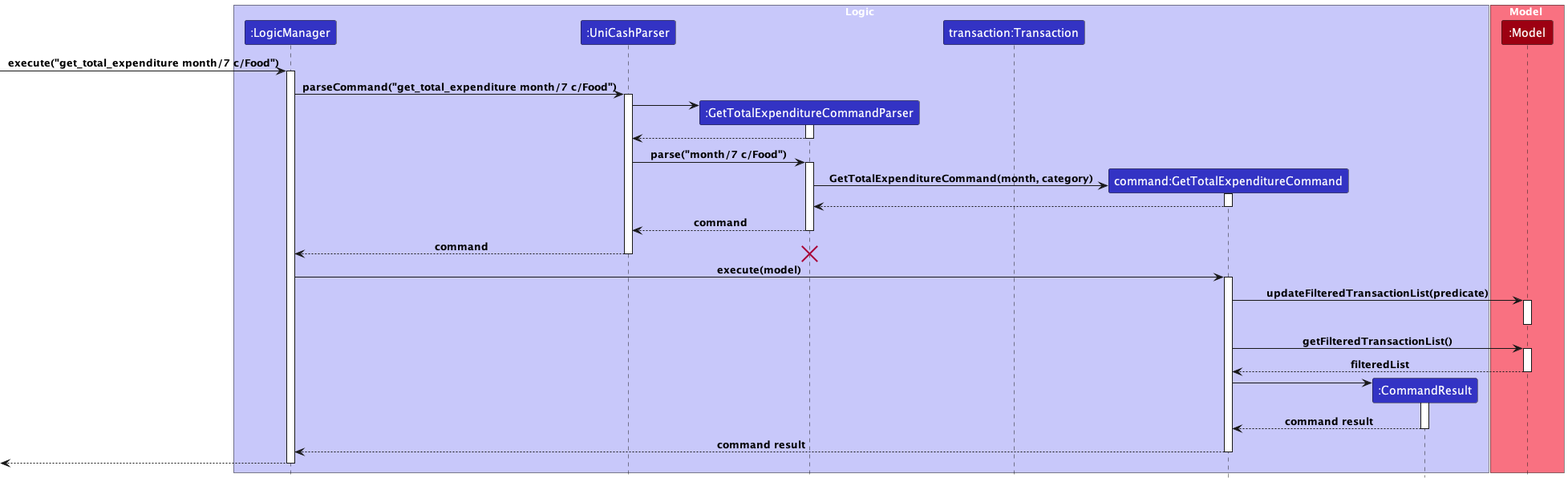
Before: docs/images/unicash/GetTotalExpenditureSequenceDiagram.png, a diagram exported from PlantUML (woojiahao/tp).
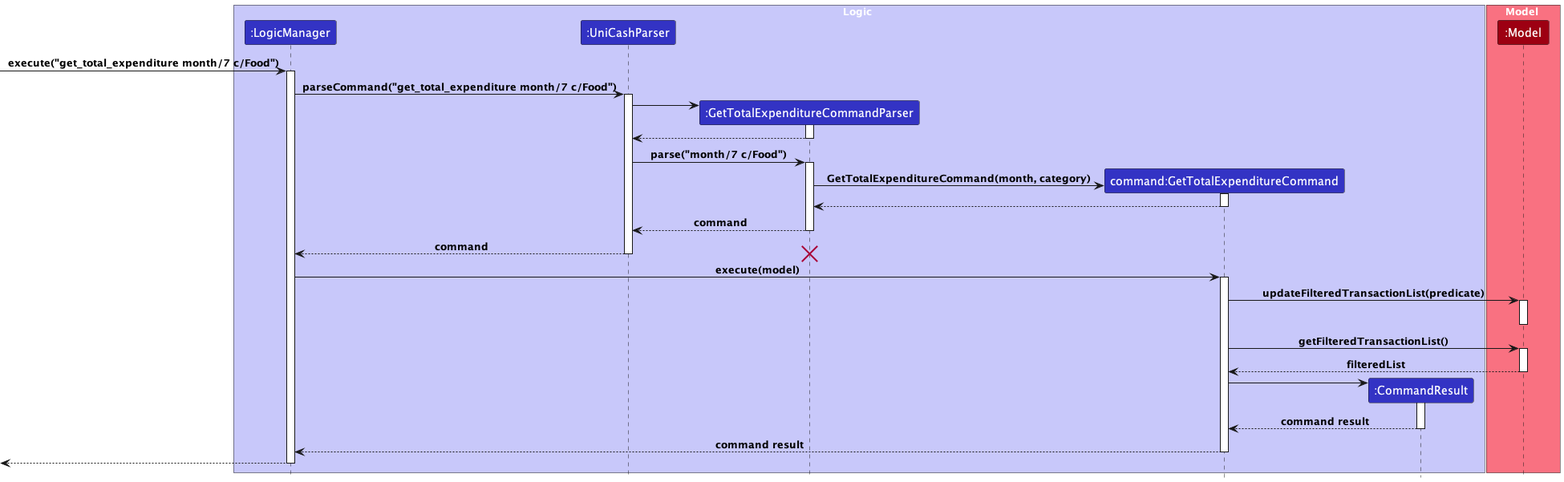
The same file after the commit.

Commit message:
Remove unused Transaction object

Change to the diagram source:
```diff
@@ -5,7 +5,6 @@
 participant ":LogicManager" as LogicManager LOGIC_COLOR
 participant ":UniCashParser" as UniCashParser LOGIC_COLOR
 participant ":GetTotalExpenditureCommandParser" as GetTotalExpenditureCommandParser LOGIC_COLOR
-participant "transaction:Transaction" as Transaction LOGIC_COLOR
 participant "command:GetTotalExpenditureCommand" as GetTotalExpenditureCommand LOGIC_COLOR
 participant ":CommandResult" as CommandResult LOGIC_COLOR
 
```
